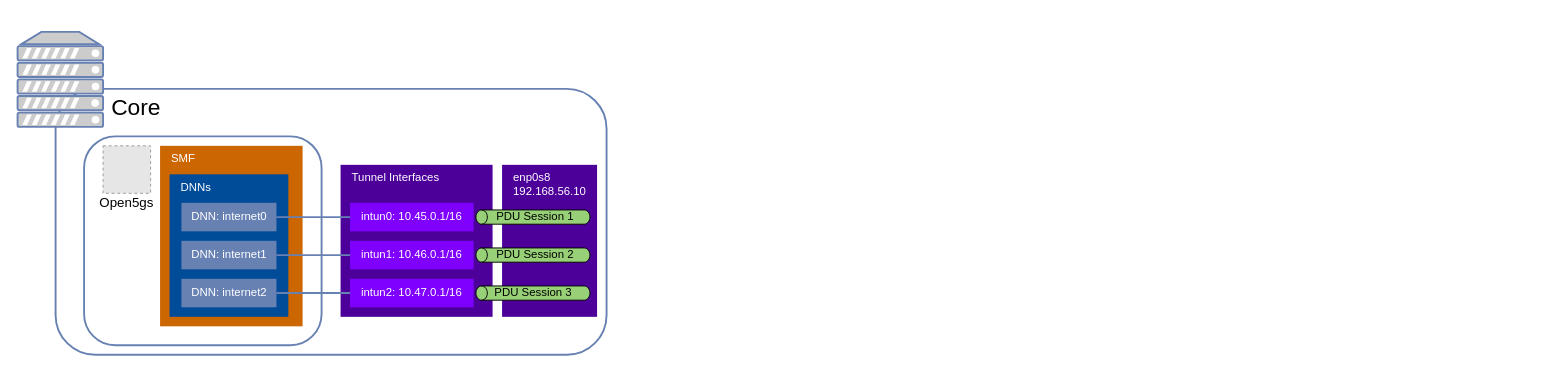
davidjosearaujo/dissertation keeps this draw.io diagram as docs/5G Emulated Network/topology.drawio. Above is the earlier version. Source tidied: cells renumbered, new cells numbered last; positions are measured from the earlier drawing's top-left corner, leaving out a move shared by most shapes. Both pictures are drawn from the tidied source at 95%, with x=0, y=0 at pixel (17, 31). Pictures stored in the file or linked from it are replaced by grey dashed boxes.
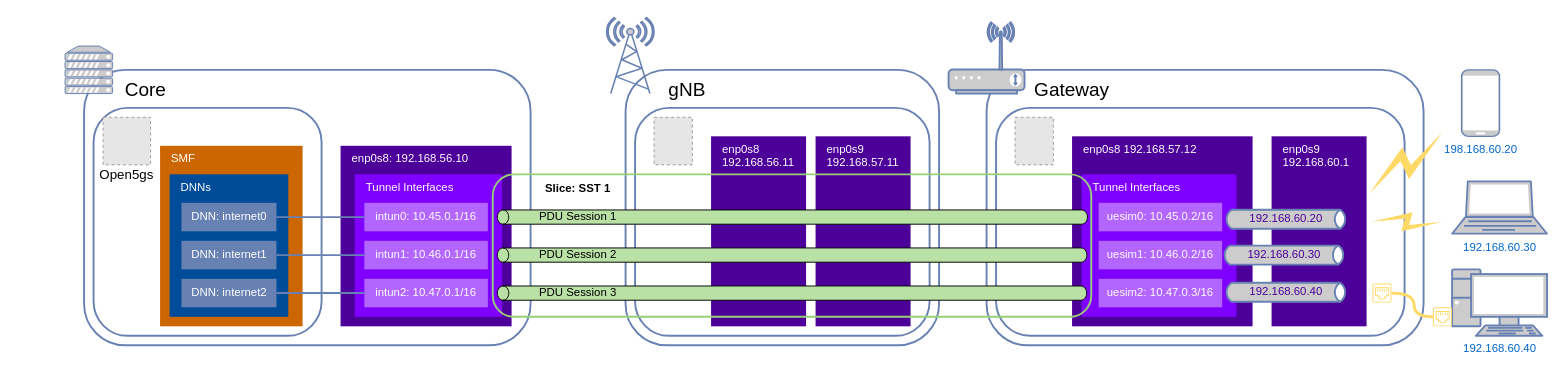
Above is the later version.

Diff of the diagram source:
```diff
@@
+    <mxCell id="28" style="rounded=1;whiteSpace=wrap;html=1;strokeColor=#6881B3;strokeWidth=2;" parent="1" vertex="1">
+      <mxGeometry x="640" y="40" width="330" height="290" as="geometry" />
+    </mxCell>
+    <mxCell id="29" style="rounded=1;whiteSpace=wrap;html=1;strokeColor=#6881B3;strokeWidth=2;fillColor=none;" parent="1" vertex="1">
+      <mxGeometry x="650" y="80" width="310" height="240" as="geometry" />
+    </mxCell>
     <mxCell id="2" style="rounded=1;whiteSpace=wrap;html=1;strokeColor=#6881B3;strokeWidth=2;" parent="1" vertex="1">
-      <mxGeometry x="40" y="60" width="580" height="280" as="geometry" />
+      <mxGeometry x="70" y="40" width="470" height="290" as="geometry" />
     </mxCell>
     <mxCell id="3" style="fontColor=#0066CC;verticalAlign=top;verticalLabelPosition=bottom;labelPosition=center;align=center;html=1;fillColor=#CCCCCC;strokeColor=#6881B3;gradientColor=none;gradientDirection=north;strokeWidth=2;shape=mxgraph.networks.server;" parent="1" vertex="1">
-      <mxGeometry width="90" height="100" as="geometry" />
+      <mxGeometry x="50" y="15" width="50" height="50" as="geometry" />
     </mxCell>
     <mxCell id="4" style="rounded=1;whiteSpace=wrap;html=1;strokeColor=#6881B3;strokeWidth=2;fillColor=none;" parent="1" vertex="1">
-      <mxGeometry x="70" y="110" width="250" height="220" as="geometry" />
+      <mxGeometry x="80" y="80" width="240" height="240" as="geometry" />
     </mxCell>
     <mxCell id="5" style="group;" parent="1" vertex="1">
-      <mxGeometry x="90" y="120" width="50" height="70" as="geometry" />
+      <mxGeometry x="90" y="90" width="50" height="70" as="geometry" />
     </mxCell>
@@
-    <mxCell id="13" value="Core" style="text;html=1;align=center;verticalAlign=middle;whiteSpace=wrap;rounded=0;fontSize=24;" parent="1" vertex="1">
-      <mxGeometry x="90" y="60" width="70" height="40" as="geometry" />
+    <mxCell id="13" value="Core" style="text;html=1;align=center;verticalAlign=middle;whiteSpace=wrap;rounded=0;fontSize=20;" parent="1" vertex="1">
+      <mxGeometry x="100" y="40" width="70" height="40" as="geometry" />
     </mxCell>
+    <mxCell id="21" value="enp0s8:&amp;nbsp;&lt;span style=&quot;background-color: transparent; color: light-dark(rgb(255, 255, 255), rgb(18, 18, 18));&quot;&gt;192.168.56.10&lt;/span&gt;" style="rounded=0;whiteSpace=wrap;html=1;strokeColor=none;fillColor=#4C0099;fontColor=#FFFFFF;verticalAlign=top;align=left;spacingLeft=10;" parent="1" vertex="1">
+      <mxGeometry x="340" y="120" width="180" height="190" as="geometry" />
+    </mxCell>
-    <mxCell id="14" value="Tunnel Interfaces" style="rounded=0;whiteSpace=wrap;html=1;strokeColor=none;fillColor=#4C0099;fontColor=#FFFFFF;align=left;verticalAlign=top;spacingLeft=10;" parent="1" vertex="1">
-      <mxGeometry x="340" y="140" width="160" height="160" as="geometry" />
+    <mxCell id="14" value="Tunnel Interfaces" style="rounded=0;whiteSpace=wrap;html=1;strokeColor=none;fillColor=#7F00FF;fontColor=#FFFFFF;align=left;verticalAlign=top;spacingLeft=10;" parent="1" vertex="1">
+      <mxGeometry x="355" y="150" width="155" height="150" as="geometry" />
     </mxCell>
-    <mxCell id="15" value="intun0:&amp;nbsp;&lt;span style=&quot;background-color: transparent; color: light-dark(rgb(255, 255, 255), rgb(18, 18, 18));&quot;&gt;10.45.0.1/16&lt;/span&gt;" style="rounded=0;whiteSpace=wrap;html=1;strokeColor=none;fillColor=#7F00FF;fontColor=#FFFFFF;" parent="1" vertex="1">
-      <mxGeometry x="350" y="180" width="130" height="30" as="geometry" />
+    <mxCell id="15" value="intun0:&amp;nbsp;&lt;span style=&quot;background-color: transparent; color: light-dark(rgb(255, 255, 255), rgb(18, 18, 18));&quot;&gt;10.45.0.1/16&lt;/span&gt;" style="rounded=0;whiteSpace=wrap;html=1;strokeColor=none;fillColor=#B266FF;fontColor=#FFFFFF;" parent="1" vertex="1">
+      <mxGeometry x="365" y="180" width="130" height="30" as="geometry" />
     </mxCell>
-    <mxCell id="16" value="intun1:&amp;nbsp;&lt;span style=&quot;background-color: transparent; color: light-dark(rgb(255, 255, 255), rgb(18, 18, 18));&quot;&gt;10.46.0.1/16&lt;/span&gt;" style="rounded=0;whiteSpace=wrap;html=1;strokeColor=none;fillColor=#7F00FF;fontColor=#FFFFFF;" parent="1" vertex="1">
-      <mxGeometry x="350" y="220" width="130" height="30" as="geometry" />
+    <mxCell id="16" value="intun1:&amp;nbsp;&lt;span style=&quot;background-color: transparent; color: light-dark(rgb(255, 255, 255), rgb(18, 18, 18));&quot;&gt;10.46.0.1/16&lt;/span&gt;" style="rounded=0;whiteSpace=wrap;html=1;strokeColor=none;fillColor=#B266FF;fontColor=#FFFFFF;" parent="1" vertex="1">
+      <mxGeometry x="365" y="220" width="130" height="30" as="geometry" />
     </mxCell>
-    <mxCell id="17" value="intun2:&amp;nbsp;&lt;span style=&quot;background-color: transparent; color: light-dark(rgb(255, 255, 255), rgb(18, 18, 18));&quot;&gt;10.47.0.1/16&lt;/span&gt;" style="rounded=0;whiteSpace=wrap;html=1;strokeColor=none;fillColor=#7F00FF;fontColor=#FFFFFF;" parent="1" vertex="1">
-      <mxGeometry x="350" y="260" width="130" height="30" as="geometry" />
+    <mxCell id="17" value="intun2:&amp;nbsp;&lt;span style=&quot;background-color: transparent; color: light-dark(rgb(255, 255, 255), rgb(18, 18, 18));&quot;&gt;10.47.0.1/16&lt;/span&gt;" style="rounded=0;whiteSpace=wrap;html=1;strokeColor=none;fillColor=#B266FF;fontColor=#FFFFFF;" parent="1" vertex="1">
+      <mxGeometry x="365" y="260" width="130" height="30" as="geometry" />
     </mxCell>
@@
-    <mxCell id="21" value="enp0s8&amp;nbsp;&lt;div&gt;&lt;span style=&quot;background-color: transparent; color: light-dark(rgb(255, 255, 255), rgb(18, 18, 18));&quot;&gt;192.168.56.10&lt;/span&gt;&lt;/div&gt;" style="rounded=0;whiteSpace=wrap;html=1;strokeColor=none;fillColor=#4C0099;fontColor=#FFFFFF;verticalAlign=top;align=left;spacingLeft=10;" parent="1" vertex="1">
-      <mxGeometry x="510" y="140" width="100" height="160" as="geometry" />
-    </mxCell>
+    <mxCell id="30" value="gNB" style="text;html=1;align=center;verticalAlign=middle;whiteSpace=wrap;rounded=0;fontSize=20;" parent="1" vertex="1">
+      <mxGeometry x="670" y="40" width="70" height="40" as="geometry" />
+    </mxCell>
+    <mxCell id="31" style="fontColor=#0066CC;verticalAlign=top;verticalLabelPosition=bottom;labelPosition=center;align=center;html=1;fillColor=#CCCCCC;strokeColor=#6881B3;gradientColor=none;gradientDirection=north;strokeWidth=2;shape=mxgraph.networks.radio_tower;" parent="1" vertex="1">
+      <mxGeometry x="620" y="-15" width="50" height="80" as="geometry" />
+    </mxCell>
+    <mxCell id="32" value="enp0s8&lt;div&gt;&lt;span style=&quot;background-color: transparent; color: light-dark(rgb(255, 255, 255), rgb(18, 18, 18));&quot;&gt;192.168.56.11&lt;/span&gt;&lt;/div&gt;" style="rounded=0;whiteSpace=wrap;html=1;strokeColor=none;fillColor=#4C0099;fontColor=#FFFFFF;verticalAlign=top;align=left;spacingLeft=10;" parent="1" vertex="1">
+      <mxGeometry x="730" y="110" width="100" height="200" as="geometry" />
+    </mxCell>
+    <mxCell id="33" value="enp0s9&lt;div&gt;&lt;span style=&quot;background-color: transparent; color: light-dark(rgb(255, 255, 255), rgb(18, 18, 18));&quot;&gt;192.168.57.11&lt;/span&gt;&lt;/div&gt;" style="rounded=0;whiteSpace=wrap;html=1;strokeColor=none;fillColor=#4C0099;fontColor=#FFFFFF;verticalAlign=top;align=left;spacingLeft=10;" parent="1" vertex="1">
+      <mxGeometry x="840" y="110" width="100" height="200" as="geometry" />
+    </mxCell>
+    <mxCell id="34" style="fillColor=#E6E6E6;strokeColor=#999999;dashed=1;verticalLabelPosition=bottom;labelBackgroundColor=default;verticalAlign=top;" parent="1" vertex="1">
+      <mxGeometry x="670" y="90" width="40.3" height="50" as="geometry" />
+    </mxCell>
+    <mxCell id="35" style="rounded=1;whiteSpace=wrap;html=1;strokeColor=#6881B3;strokeWidth=2;" parent="1" vertex="1">
+      <mxGeometry x="1020" y="40" width="460" height="290" as="geometry" />
+    </mxCell>
+    <mxCell id="36" style="rounded=1;whiteSpace=wrap;html=1;strokeColor=#6881B3;strokeWidth=2;fillColor=none;" parent="1" vertex="1">
+      <mxGeometry x="1030" y="80" width="430" height="240" as="geometry" />
+    </mxCell>
+    <mxCell id="37" value="Gateway" style="text;html=1;align=center;verticalAlign=middle;whiteSpace=wrap;rounded=0;fontSize=20;" parent="1" vertex="1">
+      <mxGeometry x="1060" y="40" width="100" height="40" as="geometry" />
+    </mxCell>
+    <mxCell id="38" value="enp0s8&amp;nbsp;&lt;span style=&quot;background-color: transparent; color: light-dark(rgb(255, 255, 255), rgb(18, 18, 18));&quot;&gt;192.168.57.12&lt;/span&gt;" style="rounded=0;whiteSpace=wrap;html=1;strokeColor=none;fillColor=#4C0099;fontColor=#FFFFFF;verticalAlign=top;align=left;spacingLeft=10;" parent="1" vertex="1">
+      <mxGeometry x="1110" y="110" width="190" height="200" as="geometry" />
+    </mxCell>
+    <mxCell id="39" value="enp0s9&lt;div&gt;&lt;span style=&quot;background-color: transparent; color: light-dark(rgb(255, 255, 255), rgb(18, 18, 18));&quot;&gt;192.168.60.1&lt;/span&gt;&lt;/div&gt;" style="rounded=0;whiteSpace=wrap;html=1;strokeColor=none;fillColor=#4C0099;fontColor=#FFFFFF;verticalAlign=top;align=left;spacingLeft=10;" parent="1" vertex="1">
+      <mxGeometry x="1320" y="110" width="100" height="200" as="geometry" />
+    </mxCell>
+    <mxCell id="40" style="fillColor=#E6E6E6;strokeColor=#999999;dashed=1;verticalLabelPosition=bottom;labelBackgroundColor=default;verticalAlign=top;" parent="1" vertex="1">
+      <mxGeometry x="1050" y="90" width="40.3" height="50" as="geometry" />
+    </mxCell>
+    <mxCell id="41" style="fontColor=#0066CC;verticalAlign=top;verticalLabelPosition=bottom;labelPosition=center;align=center;html=1;fillColor=#CCCCCC;strokeColor=#6881B3;gradientColor=none;gradientDirection=north;strokeWidth=2;shape=mxgraph.networks.wireless_modem;" parent="1" vertex="1">
+      <mxGeometry x="980" y="-10" width="80" height="75" as="geometry" />
+    </mxCell>
+    <mxCell id="42" value="Tunnel Interfaces" style="rounded=0;whiteSpace=wrap;html=1;strokeColor=none;fillColor=#7F00FF;fontColor=#FFFFFF;align=left;verticalAlign=top;spacingLeft=10;" parent="1" vertex="1">
+      <mxGeometry x="1120" y="150" width="163" height="150" as="geometry" />
+    </mxCell>
+    <mxCell id="43" value="uesim0:&amp;nbsp;&lt;span style=&quot;background-color: transparent; color: light-dark(rgb(255, 255, 255), rgb(18, 18, 18));&quot;&gt;10.45.0.2/16&lt;/span&gt;" style="rounded=0;whiteSpace=wrap;html=1;strokeColor=none;fillColor=#B266FF;fontColor=#FFFFFF;" parent="1" vertex="1">
+      <mxGeometry x="1138" y="180" width="130" height="30" as="geometry" />
+    </mxCell>
+    <mxCell id="44" value="uesim1:&amp;nbsp;&lt;span style=&quot;background-color: transparent; color: light-dark(rgb(255, 255, 255), rgb(18, 18, 18));&quot;&gt;10.46.0.2/16&lt;/span&gt;" style="rounded=0;whiteSpace=wrap;html=1;strokeColor=none;fillColor=#B266FF;fontColor=#FFFFFF;" parent="1" vertex="1">
+      <mxGeometry x="1138" y="220" width="130" height="30" as="geometry" />
+    </mxCell>
+    <mxCell id="45" value="uesim2:&amp;nbsp;&lt;span style=&quot;background-color: transparent; color: light-dark(rgb(255, 255, 255), rgb(18, 18, 18));&quot;&gt;10.47.0.3/16&lt;/span&gt;" style="rounded=0;whiteSpace=wrap;html=1;strokeColor=none;fillColor=#B266FF;fontColor=#FFFFFF;" parent="1" vertex="1">
+      <mxGeometry x="1138" y="260" width="130" height="30" as="geometry" />
+    </mxCell>
-    <mxCell id="22" style="shape=cylinder3;whiteSpace=wrap;html=1;boundedLbl=1;backgroundOutline=1;size=6.0000000000001705;rotation=-90;fillColor=#97D077;" parent="1" vertex="1">
-      <mxGeometry x="535" y="135" width="15" height="120" as="geometry" />
+    <mxCell id="22" style="shape=cylinder3;whiteSpace=wrap;html=1;boundedLbl=1;backgroundOutline=1;size=6.0000000000001705;rotation=-90;fillColor=#B9E0A5;" parent="1" vertex="1">
+      <mxGeometry x="808.1" y="-115.6" width="15" height="621.2" as="geometry" />
     </mxCell>
-    <mxCell id="23" style="shape=cylinder3;whiteSpace=wrap;html=1;boundedLbl=1;backgroundOutline=1;size=6.0000000000001705;rotation=-90;strokeColor=#000000;fillColor=#97D077;" parent="1" vertex="1">
-      <mxGeometry x="535" y="175" width="15" height="120" as="geometry" />
+    <mxCell id="23" style="shape=cylinder3;whiteSpace=wrap;html=1;boundedLbl=1;backgroundOutline=1;size=6.0000000000001705;rotation=-90;strokeColor=#000000;fillColor=#B9E0A5;" parent="1" vertex="1">
+      <mxGeometry x="807.8" y="-75.3" width="15" height="620.6" as="geometry" />
     </mxCell>
-    <mxCell id="24" style="shape=cylinder3;whiteSpace=wrap;html=1;boundedLbl=1;backgroundOutline=1;size=6.0000000000001705;rotation=-90;fillColor=#97D077;" parent="1" vertex="1">
-      <mxGeometry x="535" y="215" width="15" height="120" as="geometry" />
+    <mxCell id="24" style="shape=cylinder3;whiteSpace=wrap;html=1;boundedLbl=1;backgroundOutline=1;size=6.0000000000001705;rotation=-90;fillColor=#B9E0A5;" parent="1" vertex="1">
+      <mxGeometry x="807.7" y="-35.1" width="15" height="620.3" as="geometry" />
     </mxCell>
+    <mxCell id="46" style="rounded=1;whiteSpace=wrap;html=1;strokeColor=#97D077;fillColor=none;fontColor=#000000;align=center;verticalAlign=top;spacingLeft=10;strokeWidth=2;fontStyle=1;" parent="1" vertex="1">
+      <mxGeometry x="500.2" y="150" width="630" height="150" as="geometry" />
+    </mxCell>
     <mxCell id="25" value="PDU Session 1" style="text;html=1;align=center;verticalAlign=middle;whiteSpace=wrap;rounded=0;fontColor=#000000;" parent="1" vertex="1">
-      <mxGeometry x="490" y="190" width="110" height="10" as="geometry" />
+      <mxGeometry x="540" y="190" width="100" height="10" as="geometry" />
     </mxCell>
     <mxCell id="26" value="PDU Session 2" style="text;html=1;align=center;verticalAlign=middle;whiteSpace=wrap;rounded=0;fontColor=#000000;" parent="1" vertex="1">
-      <mxGeometry x="490" y="230" width="110" height="10" as="geometry" />
+      <mxGeometry x="540" y="230" width="100" height="10" as="geometry" />
     </mxCell>
     <mxCell id="27" value="PDU Session 3" style="text;html=1;align=center;verticalAlign=middle;whiteSpace=wrap;rounded=0;fontColor=#000000;" parent="1" vertex="1">
-      <mxGeometry x="487.5" y="270" width="110" height="10" as="geometry" />
+      <mxGeometry x="540" y="270" width="100" height="10" as="geometry" />
     </mxCell>
+    <mxCell id="47" value="&lt;span style=&quot;font-weight: 700;&quot;&gt;Slice: SST 1&lt;/span&gt;" style="text;html=1;align=center;verticalAlign=middle;whiteSpace=wrap;rounded=0;" parent="1" vertex="1">
+      <mxGeometry x="540" y="150" width="100" height="30" as="geometry" />
+    </mxCell>
+    <mxCell id="48" value="192.168.60.30" style="fontColor=#0066CC;verticalAlign=top;verticalLabelPosition=bottom;labelPosition=center;align=center;html=1;fillColor=#CCCCCC;strokeColor=#6881B3;gradientColor=none;gradientDirection=north;strokeWidth=2;shape=mxgraph.networks.laptop;" parent="1" vertex="1">
+      <mxGeometry x="1510" y="157.5" width="100" height="55" as="geometry" />
+    </mxCell>
+    <mxCell id="49" value="198.168.60.20" style="fontColor=#0066CC;verticalAlign=top;verticalLabelPosition=bottom;labelPosition=center;align=center;html=1;fillColor=#CCCCCC;strokeColor=#6881B3;gradientColor=none;gradientDirection=north;strokeWidth=2;shape=mxgraph.networks.mobile;" parent="1" vertex="1">
+      <mxGeometry x="1520" y="40" width="40" height="70" as="geometry" />
+    </mxCell>
+    <mxCell id="50" value="192.168.60.40" style="fontColor=#0066CC;verticalAlign=top;verticalLabelPosition=bottom;labelPosition=center;align=center;html=1;fillColor=#CCCCCC;strokeColor=#6881B3;gradientColor=none;gradientDirection=north;strokeWidth=2;shape=mxgraph.networks.pc;" parent="1" vertex="1">
+      <mxGeometry x="1510" y="250" width="100" height="70" as="geometry" />
+    </mxCell>
+    <mxCell id="51" style="sketch=0;shadow=0;dashed=0;html=1;strokeColor=none;fillColor=#FFD966;labelPosition=center;verticalLabelPosition=bottom;verticalAlign=top;align=center;outlineConnect=0;shape=mxgraph.vvd.ethernet_port;" parent="1" vertex="1">
+      <mxGeometry x="1490" y="290" width="20" height="20" as="geometry" />
+    </mxCell>
+    <mxCell id="52" style="sketch=0;shadow=0;dashed=0;html=1;strokeColor=none;fillColor=#FFD966;labelPosition=center;verticalLabelPosition=bottom;verticalAlign=top;align=center;outlineConnect=0;shape=mxgraph.vvd.ethernet_port;" parent="1" vertex="1">
+      <mxGeometry x="1426.2" y="265" width="20" height="20" as="geometry" />
+    </mxCell>
+    <mxCell id="53" style="endArrow=none;html=1;rounded=0;edgeStyle=orthogonalEdgeStyle;curved=1;strokeColor=#FFD966;strokeWidth=3;" parent="1" edge="1" source="51" target="52">
+      <mxGeometry relative="1" as="geometry">
+        <Array as="points">
+          <mxPoint x="1470" y="300" />
+          <mxPoint x="1470" y="275" />
+        </Array>
+      </mxGeometry>
+    </mxCell>
+    <mxCell id="54" style="fontColor=#0066CC;verticalAlign=top;verticalLabelPosition=bottom;labelPosition=center;align=center;html=1;fillColor=#FFD966;strokeColor=none;gradientColor=none;gradientDirection=north;strokeWidth=2;shape=mxgraph.networks.comm_link;rotation=50;" parent="1" vertex="1">
+      <mxGeometry x="1446.2" y="88.2" width="30" height="100" as="geometry" />
+    </mxCell>
+    <mxCell id="55" style="fontColor=#0066CC;verticalAlign=top;verticalLabelPosition=bottom;labelPosition=center;align=center;html=1;fillColor=#FFD966;strokeColor=none;gradientColor=none;gradientDirection=north;strokeWidth=2;shape=mxgraph.networks.comm_link;rotation=90;" parent="1" vertex="1">
+      <mxGeometry x="1452.5" y="162.5" width="20" height="75" as="geometry" />
+    </mxCell>
+    <mxCell id="56" value="192.168.60.20" style="html=1;fillColor=#CCCCCC;strokeColor=#6881B3;gradientColor=none;gradientDirection=north;strokeWidth=2;shape=mxgraph.networks.bus;gradientColor=none;gradientDirection=north;fontColor=#4C0099;perimeter=backbonePerimeter;backboneSize=20;" parent="1" vertex="1">
+      <mxGeometry x="1270" y="188.2" width="130" height="18.2" as="geometry" />
+    </mxCell>
+    <mxCell id="57" value="192.168.60.30" style="html=1;fillColor=#CCCCCC;strokeColor=#6881B3;gradientColor=none;gradientDirection=north;strokeWidth=2;shape=mxgraph.networks.bus;gradientColor=none;gradientDirection=north;fontColor=#4C0099;perimeter=backbonePerimeter;backboneSize=20;" parent="1" vertex="1">
+      <mxGeometry x="1268" y="225.9" width="130" height="18.2" as="geometry" />
+    </mxCell>
+    <mxCell id="58" value="192.168.60.40" style="html=1;fillColor=#CCCCCC;strokeColor=#6881B3;gradientColor=none;gradientDirection=north;strokeWidth=2;shape=mxgraph.networks.bus;gradientColor=none;gradientDirection=north;fontColor=#4C0099;perimeter=backbonePerimeter;backboneSize=20;" parent="1" vertex="1">
+      <mxGeometry x="1270" y="265" width="130" height="18.2" as="geometry" />
+    </mxCell>
```
